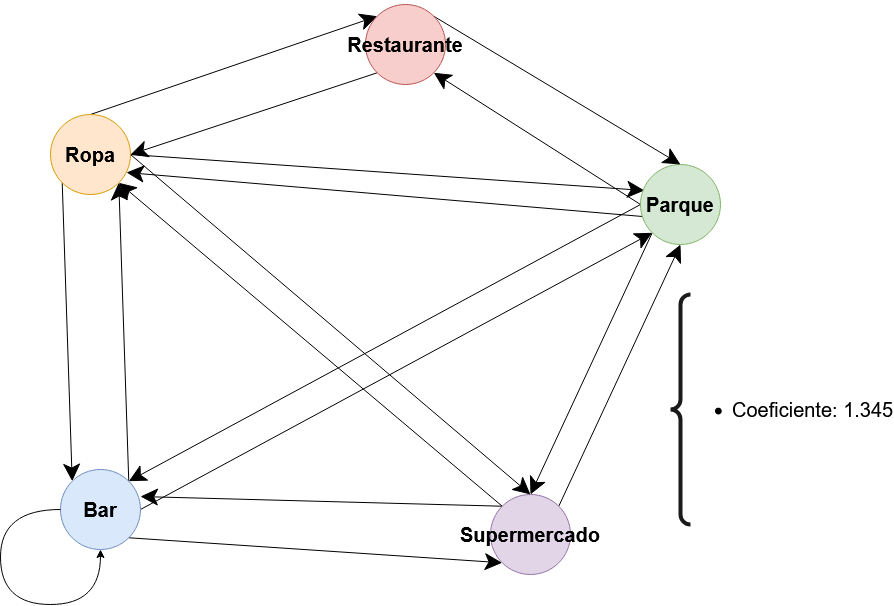
Above: memoria/img/JensenNetwork.png in mariohu2001/TFG-Urban-Street-Mapping-Transfer (draw.io), before the change. Source tidied: cells renumbered, new cells last; positions are measured from the earlier drawing's top-left corner, leaving out a move shared by most shapes.
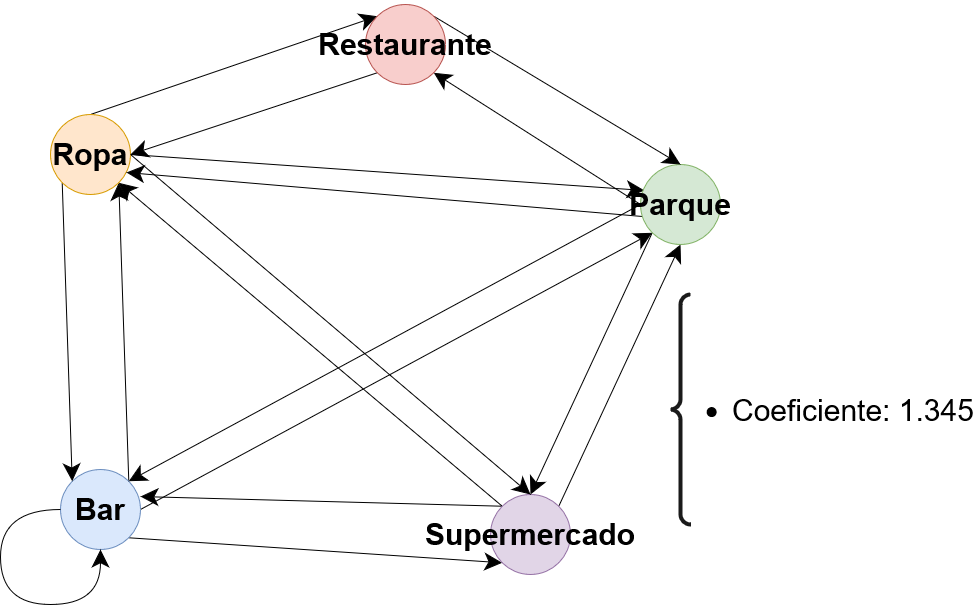
After the change.

What changed in the source:
```diff
@@ -2,70 +2,70 @@
   <root>
     <mxCell id="0" />
     <mxCell id="1" parent="0" />
-    <mxCell id="2" style="rounded=0;jettySize=auto;html=1;exitX=1;exitY=0;exitDx=0;exitDy=0;entryX=1;entryY=1;entryDx=0;entryDy=0;strokeWidth=1;endSize=15;" parent="1" edge="1" source="5" target="14">
+    <mxCell id="2" style="rounded=0;jettySize=auto;html=1;exitX=1;exitY=0;exitDx=0;exitDy=0;entryX=1;entryY=1;entryDx=0;entryDy=0;strokeWidth=1;endSize=15;fontSize=30;" parent="1" edge="1" source="5" target="14">
       <mxGeometry relative="1" as="geometry" />
     </mxCell>
-    <mxCell id="3" style="rounded=0;jettySize=auto;html=1;exitX=1;exitY=1;exitDx=0;exitDy=0;entryX=0;entryY=1;entryDx=0;entryDy=0;strokeWidth=1;endSize=15;" parent="1" edge="1" source="5" target="9">
+    <mxCell id="3" style="rounded=0;jettySize=auto;html=1;exitX=1;exitY=1;exitDx=0;exitDy=0;entryX=0;entryY=1;entryDx=0;entryDy=0;strokeWidth=1;endSize=15;fontSize=30;" parent="1" edge="1" source="5" target="9">
       <mxGeometry relative="1" as="geometry" />
     </mxCell>
-    <mxCell id="4" style="rounded=0;jettySize=auto;html=1;exitX=1;exitY=0.5;exitDx=0;exitDy=0;entryX=0;entryY=1;entryDx=0;entryDy=0;strokeWidth=1;endSize=15;" parent="1" edge="1" source="5" target="19">
+    <mxCell id="4" style="rounded=0;jettySize=auto;html=1;exitX=1;exitY=0.5;exitDx=0;exitDy=0;entryX=0;entryY=1;entryDx=0;entryDy=0;strokeWidth=1;endSize=15;fontSize=30;" parent="1" edge="1" source="5" target="19">
       <mxGeometry relative="1" as="geometry" />
     </mxCell>
-    <mxCell id="5" value="Bar" style="ellipse;whiteSpace=wrap;html=1;fillColor=#dae8fc;strokeColor=#6c8ebf;fontStyle=1;fontSize=20;" parent="1" vertex="1">
+    <mxCell id="5" value="Bar" style="ellipse;whiteSpace=wrap;html=1;fillColor=#dae8fc;strokeColor=#6c8ebf;fontStyle=1;fontSize=30;" parent="1" vertex="1">
       <mxGeometry x="60" y="465" width="80" height="80" as="geometry" />
     </mxCell>
-    <mxCell id="6" style="rounded=0;jettySize=auto;html=1;exitX=1;exitY=0;exitDx=0;exitDy=0;entryX=0.5;entryY=1;entryDx=0;entryDy=0;strokeWidth=1;endSize=15;" parent="1" edge="1" source="9" target="19">
+    <mxCell id="6" style="rounded=0;jettySize=auto;html=1;exitX=1;exitY=0;exitDx=0;exitDy=0;entryX=0.5;entryY=1;entryDx=0;entryDy=0;strokeWidth=1;endSize=15;fontSize=30;" parent="1" edge="1" source="9" target="19">
       <mxGeometry relative="1" as="geometry" />
     </mxCell>
-    <mxCell id="7" style="rounded=0;jettySize=auto;html=1;exitX=0;exitY=0;exitDx=0;exitDy=0;entryX=1;entryY=0.338;entryDx=0;entryDy=0;entryPerimeter=0;strokeWidth=1;endSize=15;" parent="1" edge="1" source="9" target="5">
+    <mxCell id="7" style="rounded=0;jettySize=auto;html=1;exitX=0;exitY=0;exitDx=0;exitDy=0;entryX=1;entryY=0.338;entryDx=0;entryDy=0;entryPerimeter=0;strokeWidth=1;endSize=15;fontSize=30;" parent="1" edge="1" source="9" target="5">
       <mxGeometry relative="1" as="geometry" />
     </mxCell>
-    <mxCell id="8" style="rounded=0;jettySize=auto;html=1;exitX=0;exitY=0;exitDx=0;exitDy=0;entryX=1;entryY=1;entryDx=0;entryDy=0;strokeWidth=1;endSize=15;" parent="1" edge="1" source="9" target="14">
+    <mxCell id="8" style="rounded=0;jettySize=auto;html=1;exitX=0;exitY=0;exitDx=0;exitDy=0;entryX=1;entryY=1;entryDx=0;entryDy=0;strokeWidth=1;endSize=15;fontSize=30;" parent="1" edge="1" source="9" target="14">
       <mxGeometry relative="1" as="geometry" />
     </mxCell>
-    <mxCell id="9" value="Supermercado" style="ellipse;whiteSpace=wrap;html=1;fillColor=#e1d5e7;strokeColor=#9673a6;fontStyle=1;fontSize=20;" parent="1" vertex="1">
+    <mxCell id="9" value="Supermercado" style="ellipse;whiteSpace=wrap;html=1;fillColor=#e1d5e7;strokeColor=#9673a6;fontStyle=1;fontSize=30;" parent="1" vertex="1">
       <mxGeometry x="490" y="490" width="80" height="80" as="geometry" />
     </mxCell>
-    <mxCell id="10" style="jettySize=auto;html=1;exitX=0;exitY=1;exitDx=0;exitDy=0;entryX=0;entryY=0;entryDx=0;entryDy=0;elbow=vertical;strokeWidth=1;endSize=15;" parent="1" edge="1" source="14" target="5">
+    <mxCell id="10" style="jettySize=auto;html=1;exitX=0;exitY=1;exitDx=0;exitDy=0;entryX=0;entryY=0;entryDx=0;entryDy=0;elbow=vertical;strokeWidth=1;endSize=15;fontSize=30;" parent="1" edge="1" source="14" target="5">
       <mxGeometry relative="1" as="geometry" />
     </mxCell>
-    <mxCell id="11" style="rounded=0;jettySize=auto;html=1;exitX=0.5;exitY=0;exitDx=0;exitDy=0;entryX=0;entryY=0;entryDx=0;entryDy=0;strokeWidth=1;endSize=15;" parent="1" edge="1" source="14" target="22">
+    <mxCell id="11" style="rounded=0;jettySize=auto;html=1;exitX=0.5;exitY=0;exitDx=0;exitDy=0;entryX=0;entryY=0;entryDx=0;entryDy=0;strokeWidth=1;endSize=15;fontSize=30;" parent="1" edge="1" source="14" target="22">
       <mxGeometry relative="1" as="geometry" />
     </mxCell>
-    <mxCell id="12" style="rounded=0;jettySize=auto;html=1;exitX=1;exitY=0.5;exitDx=0;exitDy=0;entryX=0.5;entryY=0;entryDx=0;entryDy=0;strokeWidth=1;endSize=15;" parent="1" edge="1" source="14" target="9">
+    <mxCell id="12" style="rounded=0;jettySize=auto;html=1;exitX=1;exitY=0.5;exitDx=0;exitDy=0;entryX=0.5;entryY=0;entryDx=0;entryDy=0;strokeWidth=1;endSize=15;fontSize=30;" parent="1" edge="1" source="14" target="9">
       <mxGeometry relative="1" as="geometry" />
     </mxCell>
-    <mxCell id="13" style="rounded=0;jettySize=auto;html=1;exitX=1;exitY=0.5;exitDx=0;exitDy=0;entryX=0.05;entryY=0.325;entryDx=0;entryDy=0;entryPerimeter=0;strokeWidth=1;endSize=15;" parent="1" edge="1" source="14" target="19">
+    <mxCell id="13" style="rounded=0;jettySize=auto;html=1;exitX=1;exitY=0.5;exitDx=0;exitDy=0;entryX=0.05;entryY=0.325;entryDx=0;entryDy=0;entryPerimeter=0;strokeWidth=1;endSize=15;fontSize=30;" parent="1" edge="1" source="14" target="19">
       <mxGeometry relative="1" as="geometry" />
     </mxCell>
-    <mxCell id="14" value="Ropa" style="ellipse;whiteSpace=wrap;html=1;fillColor=#ffe6cc;strokeColor=#d79b00;fontStyle=1;fontSize=20;" parent="1" vertex="1">
+    <mxCell id="14" value="Ropa" style="ellipse;whiteSpace=wrap;html=1;fillColor=#ffe6cc;strokeColor=#d79b00;fontStyle=1;fontSize=30;" parent="1" vertex="1">
       <mxGeometry x="50" y="110" width="80" height="80" as="geometry" />
     </mxCell>
-    <mxCell id="15" style="rounded=0;jettySize=auto;html=1;exitX=0;exitY=0.5;exitDx=0;exitDy=0;entryX=1;entryY=1;entryDx=0;entryDy=0;strokeWidth=1;endSize=15;" parent="1" edge="1" source="19" target="22">
+    <mxCell id="15" style="rounded=0;jettySize=auto;html=1;exitX=0;exitY=0.5;exitDx=0;exitDy=0;entryX=1;entryY=1;entryDx=0;entryDy=0;strokeWidth=1;endSize=15;fontSize=30;" parent="1" edge="1" source="19" target="22">
       <mxGeometry relative="1" as="geometry" />
     </mxCell>
-    <mxCell id="16" style="rounded=0;jettySize=auto;html=1;exitX=0;exitY=1;exitDx=0;exitDy=0;entryX=0.5;entryY=0;entryDx=0;entryDy=0;strokeWidth=1;endSize=15;" parent="1" edge="1" source="19" target="9">
+    <mxCell id="16" style="rounded=0;jettySize=auto;html=1;exitX=0;exitY=1;exitDx=0;exitDy=0;entryX=0.5;entryY=0;entryDx=0;entryDy=0;strokeWidth=1;endSize=15;fontSize=30;" parent="1" edge="1" source="19" target="9">
       <mxGeometry relative="1" as="geometry" />
     </mxCell>
-    <mxCell id="17" style="rounded=0;jettySize=auto;html=1;exitX=0;exitY=0.5;exitDx=0;exitDy=0;entryX=1;entryY=0;entryDx=0;entryDy=0;strokeWidth=1;endSize=15;" parent="1" edge="1" source="19" target="5">
+    <mxCell id="17" style="rounded=0;jettySize=auto;html=1;exitX=0;exitY=0.5;exitDx=0;exitDy=0;entryX=1;entryY=0;entryDx=0;entryDy=0;strokeWidth=1;endSize=15;fontSize=30;" parent="1" edge="1" source="19" target="5">
       <mxGeometry relative="1" as="geometry" />
     </mxCell>
-    <mxCell id="18" style="rounded=0;jettySize=auto;html=1;exitX=0.025;exitY=0.65;exitDx=0;exitDy=0;entryX=0.95;entryY=0.725;entryDx=0;entryDy=0;entryPerimeter=0;exitPerimeter=0;strokeWidth=1;endSize=15;" parent="1" edge="1" source="19" target="14">
+    <mxCell id="18" style="rounded=0;jettySize=auto;html=1;exitX=0.025;exitY=0.65;exitDx=0;exitDy=0;entryX=0.95;entryY=0.725;entryDx=0;entryDy=0;entryPerimeter=0;exitPerimeter=0;strokeWidth=1;endSize=15;fontSize=30;" parent="1" edge="1" source="19" target="14">
       <mxGeometry relative="1" as="geometry" />
     </mxCell>
-    <mxCell id="19" value="Parque" style="ellipse;whiteSpace=wrap;html=1;fillColor=#d5e8d4;strokeColor=#82b366;fontStyle=1;fontSize=20;" parent="1" vertex="1">
+    <mxCell id="19" value="Parque" style="ellipse;whiteSpace=wrap;html=1;fillColor=#d5e8d4;strokeColor=#82b366;fontStyle=1;fontSize=30;" parent="1" vertex="1">
       <mxGeometry x="640" y="160" width="80" height="80" as="geometry" />
     </mxCell>
-    <mxCell id="20" style="rounded=0;jettySize=auto;html=1;exitX=0;exitY=1;exitDx=0;exitDy=0;entryX=1;entryY=0.5;entryDx=0;entryDy=0;strokeWidth=1;endSize=15;" parent="1" edge="1" source="22" target="14">
+    <mxCell id="20" style="rounded=0;jettySize=auto;html=1;exitX=0;exitY=1;exitDx=0;exitDy=0;entryX=1;entryY=0.5;entryDx=0;entryDy=0;strokeWidth=1;endSize=15;fontSize=30;" parent="1" edge="1" source="22" target="14">
       <mxGeometry relative="1" as="geometry" />
     </mxCell>
-    <mxCell id="21" style="rounded=0;jettySize=auto;html=1;exitX=1;exitY=0;exitDx=0;exitDy=0;entryX=0.5;entryY=0;entryDx=0;entryDy=0;strokeWidth=1;endSize=15;" parent="1" edge="1" source="22" target="19">
+    <mxCell id="21" style="rounded=0;jettySize=auto;html=1;exitX=1;exitY=0;exitDx=0;exitDy=0;entryX=0.5;entryY=0;entryDx=0;entryDy=0;strokeWidth=1;endSize=15;fontSize=30;" parent="1" edge="1" source="22" target="19">
       <mxGeometry relative="1" as="geometry" />
     </mxCell>
-    <mxCell id="22" value="Restaurante" style="ellipse;whiteSpace=wrap;html=1;fillColor=#f8cecc;strokeColor=#b85450;fontStyle=1;fontSize=20;" parent="1" vertex="1">
+    <mxCell id="22" value="Restaurante" style="ellipse;whiteSpace=wrap;html=1;fillColor=#f8cecc;strokeColor=#b85450;fontStyle=1;fontSize=30;" parent="1" vertex="1">
       <mxGeometry x="365" width="80" height="80" as="geometry" />
     </mxCell>
-    <mxCell id="23" style="edgeStyle=orthogonalEdgeStyle;rounded=0;orthogonalLoop=1;jettySize=auto;html=1;exitX=0.5;exitY=1;exitDx=0;exitDy=0;entryX=0;entryY=0.5;entryDx=0;entryDy=0;endArrow=none;endFill=0;curved=1;fontStyle=1;fontSize=17;startArrow=classic;startFill=1;strokeWidth=1;endSize=15;" parent="1" edge="1" source="5" target="5">
+    <mxCell id="23" style="edgeStyle=orthogonalEdgeStyle;rounded=0;orthogonalLoop=1;jettySize=auto;html=1;exitX=0.5;exitY=1;exitDx=0;exitDy=0;entryX=0;entryY=0.5;entryDx=0;entryDy=0;endArrow=none;endFill=0;curved=1;fontStyle=1;fontSize=30;startArrow=classic;startFill=1;strokeWidth=1;endSize=15;startSize=15;" parent="1" edge="1" source="5" target="5">
       <mxGeometry relative="1" as="geometry">
         <Array as="points">
           <mxPoint x="100" y="600" />
@@ -74,7 +74,7 @@
         </Array>
       </mxGeometry>
     </mxCell>
-    <mxCell id="24" value="&lt;ul style=&quot;font-size: 20px;&quot;&gt;&lt;li&gt;Coeficiente: 1.345&lt;br&gt;&lt;/li&gt;&lt;/ul&gt;" style="labelPosition=right;align=left;strokeWidth=4;shape=mxgraph.mockup.markup.curlyBrace;html=1;shadow=0;dashed=0;strokeColor=#1A1A1A;direction=north;" parent="1" vertex="1">
+    <mxCell id="24" value="&lt;ul style=&quot;font-size: 30px;&quot;&gt;&lt;li style=&quot;font-size: 30px;&quot;&gt;Coeficiente: 1.345&lt;br style=&quot;font-size: 30px;&quot;&gt;&lt;/li&gt;&lt;/ul&gt;" style="labelPosition=right;align=left;strokeWidth=4;shape=mxgraph.mockup.markup.curlyBrace;html=1;shadow=0;dashed=0;strokeColor=#1A1A1A;direction=north;fontSize=30;" parent="1" vertex="1">
       <mxGeometry x="670" y="290" width="20" height="230" as="geometry" />
     </mxCell>
   </root>
```
